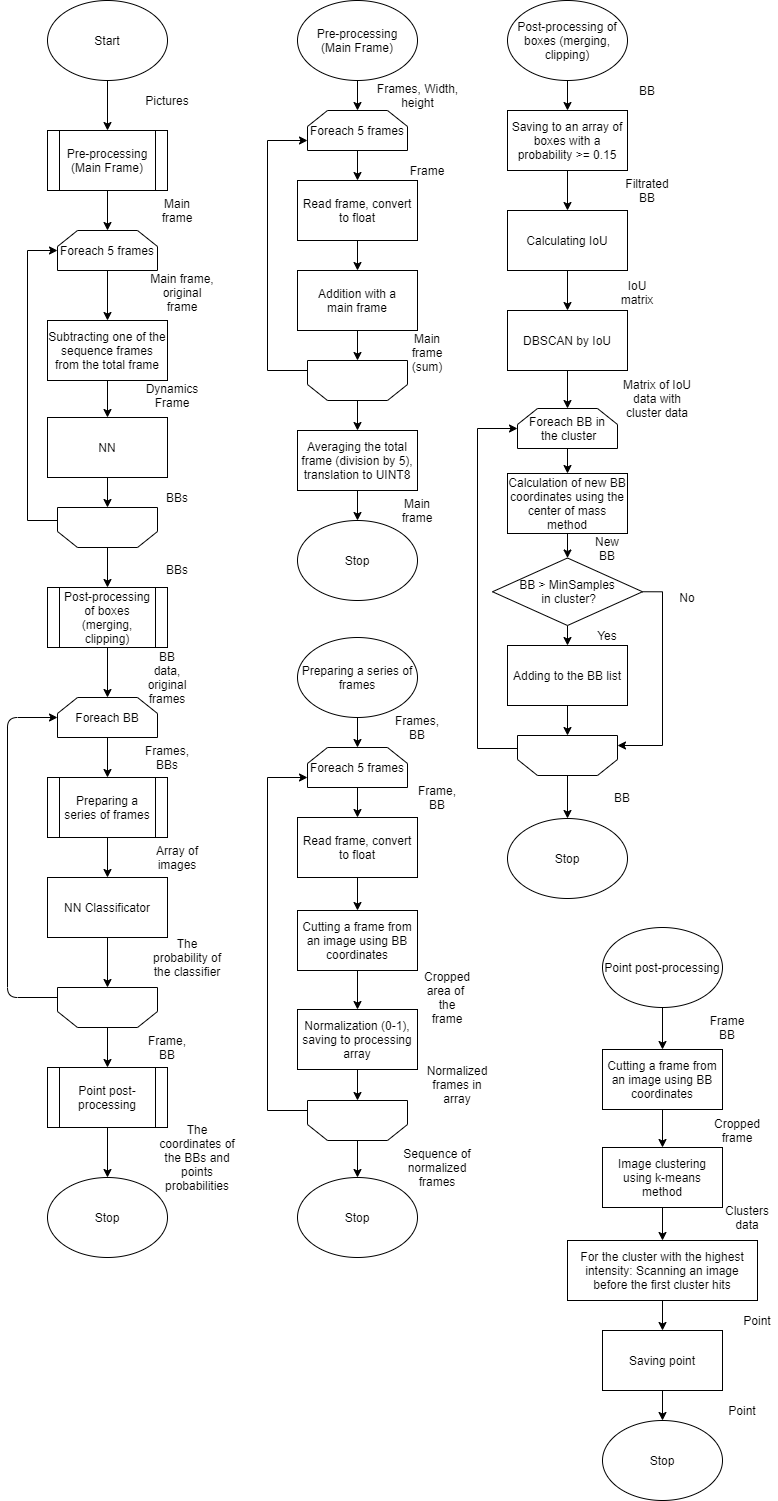
The draw.io diagram data/Scheme-eng.png in Vladislav26Laptev/Smoke_detection, before a commit. Source tidied: cells renumbered, new cells last; positions are measured from the earlier drawing's top-left corner, leaving out a move shared by most shapes.
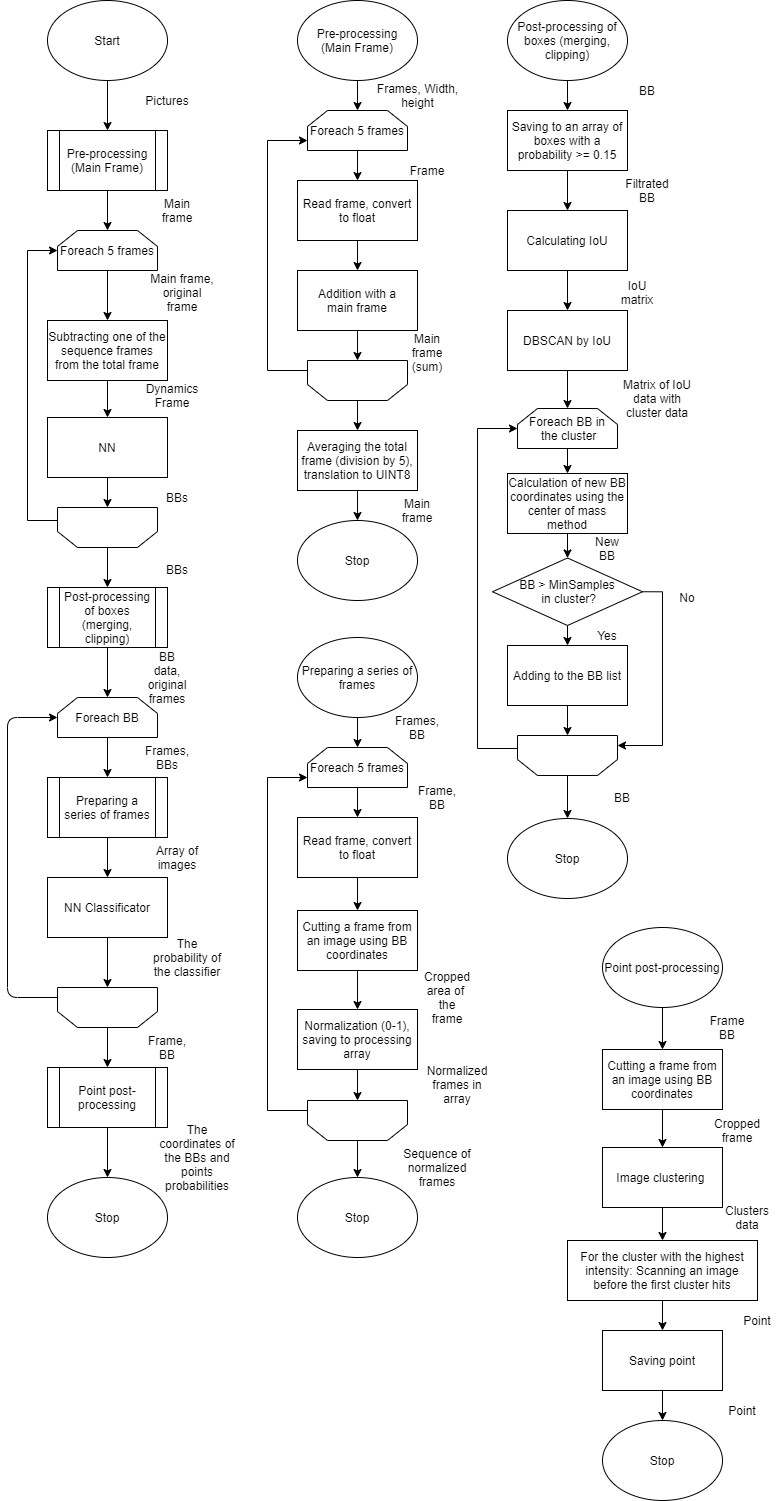
The same diagram one commit later.

Diff of the diagram source:
```diff
@@ -360,7 +360,7 @@
     <mxCell id="110" style="edgeStyle=orthogonalEdgeStyle;rounded=0;jettySize=auto;html=1;exitX=0.5;exitY=1;exitDx=0;exitDy=0;entryX=0.5;entryY=0;entryDx=0;entryDy=0;" parent="1" edge="1" source="111" target="113">
       <mxGeometry relative="1" as="geometry" />
     </mxCell>
-    <mxCell id="111" value="Image clustering using k-means method" style="rounded=0;whiteSpace=wrap;html=1;" parent="1" vertex="1">
+    <mxCell id="111" value="Image clustering&amp;nbsp;" style="rounded=0;whiteSpace=wrap;html=1;" parent="1" vertex="1">
       <mxGeometry x="595" y="1147" width="120" height="60" as="geometry" />
     </mxCell>
     <mxCell id="112" style="edgeStyle=orthogonalEdgeStyle;rounded=0;jettySize=auto;html=1;exitX=0.5;exitY=1;exitDx=0;exitDy=0;entryX=0.5;entryY=0;entryDx=0;entryDy=0;" parent="1" edge="1" source="113" target="115">
```
